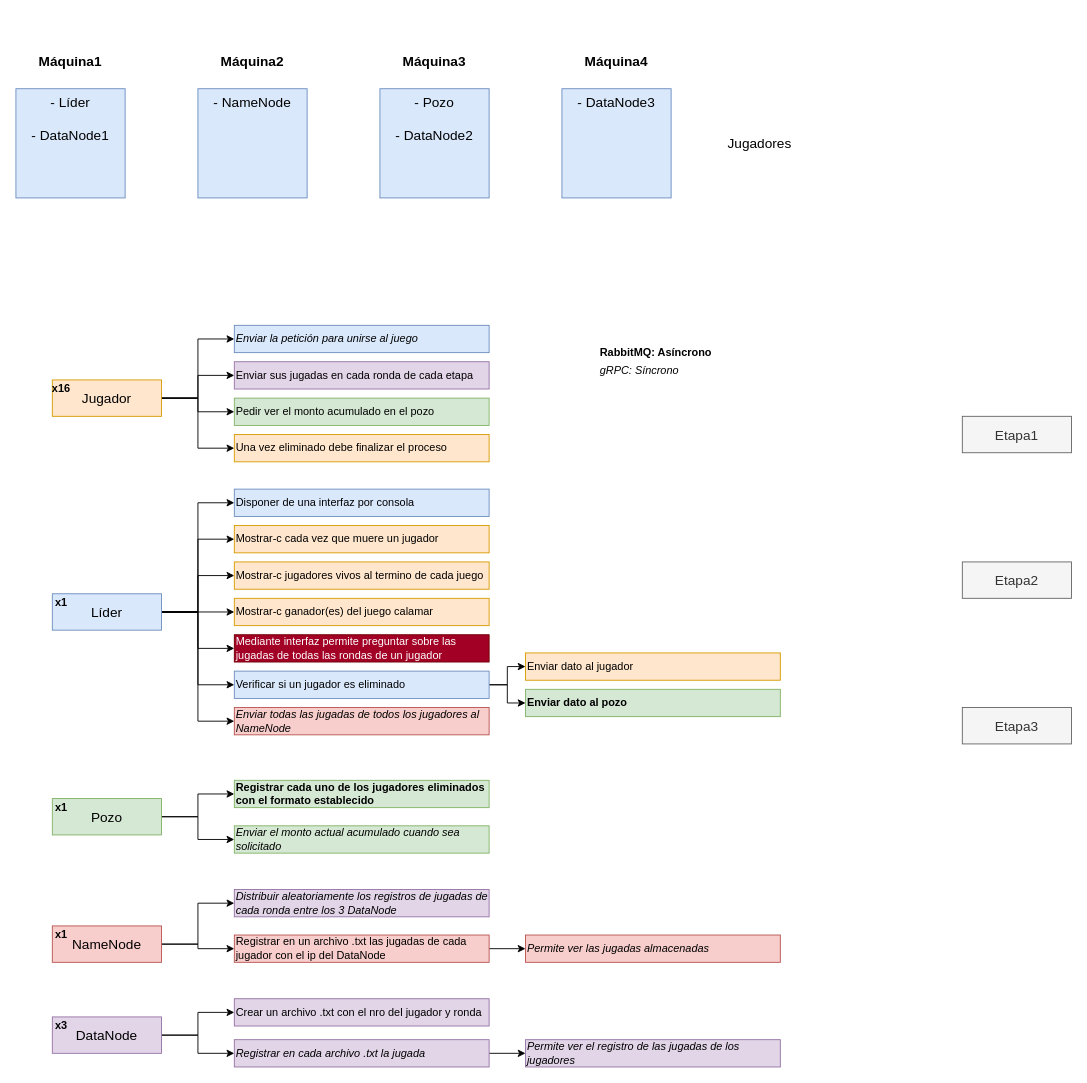
The draw.io diagram Tarea2.drawio in srlaggy/Lab2-Grupo42-INF343, before the edit. Source tidied: cells renumbered, new cells numbered last; positions are measured from the earlier drawing's top-left corner, leaving out a move shared by most shapes. Both pictures are drawn from the tidied source at 91%, with x=0, y=0 at pixel (15, 52).
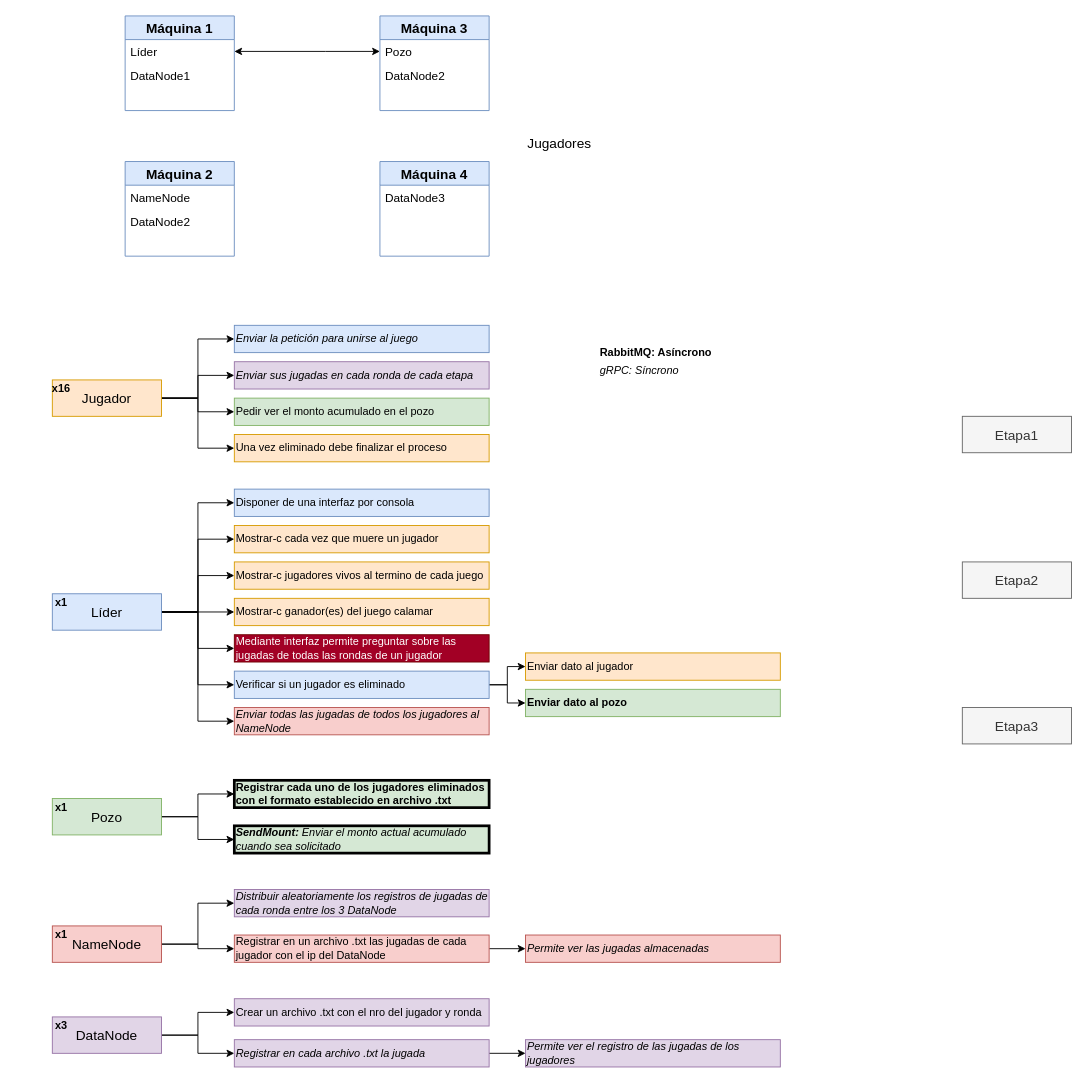
Above is the later version.

What changed in the source:
```diff
@@
-    <mxCell id="2" value="Máquina1" style="text;html=1;strokeColor=none;fillColor=none;align=center;verticalAlign=middle;whiteSpace=wrap;rounded=0;fontSize=15;fontStyle=1;" parent="1" vertex="1">
-      <mxGeometry x="20" width="80" height="20" as="geometry" />
-    </mxCell>
-    <mxCell id="3" value="Máquina2" style="text;html=1;strokeColor=none;fillColor=none;align=center;verticalAlign=middle;whiteSpace=wrap;rounded=0;fontSize=15;fontStyle=1;" parent="1" vertex="1">
-      <mxGeometry x="220" width="80" height="20" as="geometry" />
-    </mxCell>
-    <mxCell id="4" value="Máquina3" style="text;html=1;strokeColor=none;fillColor=none;align=center;verticalAlign=middle;whiteSpace=wrap;rounded=0;fontSize=15;fontStyle=1;" parent="1" vertex="1">
-      <mxGeometry x="420" width="80" height="20" as="geometry" />
-    </mxCell>
-    <mxCell id="5" value="Máquina4" style="text;html=1;strokeColor=none;fillColor=none;align=center;verticalAlign=middle;whiteSpace=wrap;rounded=0;fontSize=15;fontStyle=1;" parent="1" vertex="1">
-      <mxGeometry x="620" width="80" height="20" as="geometry" />
-    </mxCell>
-    <mxCell id="6" value="- Líder&lt;br&gt;&lt;br&gt;- DataNode1" style="rounded=0;whiteSpace=wrap;html=1;fontSize=15;fontStyle=0;fillColor=#dae8fc;strokeColor=#6c8ebf;verticalAlign=top;" parent="1" vertex="1">
-      <mxGeometry y="40" width="120" height="120" as="geometry" />
-    </mxCell>
-    <mxCell id="7" value="- NameNode" style="rounded=0;whiteSpace=wrap;html=1;fontSize=15;fontStyle=0;fillColor=#dae8fc;strokeColor=#6c8ebf;verticalAlign=top;" parent="1" vertex="1">
-      <mxGeometry x="200" y="40" width="120" height="120" as="geometry" />
-    </mxCell>
-    <mxCell id="8" value="- Pozo&lt;br&gt;&lt;br&gt;- DataNode2" style="rounded=0;whiteSpace=wrap;html=1;fontSize=15;fontStyle=0;fillColor=#dae8fc;strokeColor=#6c8ebf;verticalAlign=top;" parent="1" vertex="1">
-      <mxGeometry x="400" y="40" width="120" height="120" as="geometry" />
-    </mxCell>
-    <mxCell id="9" value="- DataNode3" style="rounded=0;whiteSpace=wrap;html=1;fontSize=15;fontStyle=0;fillColor=#dae8fc;strokeColor=#6c8ebf;verticalAlign=top;" parent="1" vertex="1">
-      <mxGeometry x="600" y="40" width="120" height="120" as="geometry" />
-    </mxCell>
     <mxCell id="10" value="Jugadores" style="text;html=1;strokeColor=none;fillColor=none;align=center;verticalAlign=middle;whiteSpace=wrap;rounded=0;fontSize=15;" parent="1" vertex="1">
-      <mxGeometry x="780" y="90" width="75" height="20" as="geometry" />
+      <mxGeometry x="560" y="90" width="75" height="20" as="geometry" />
     </mxCell>
@@
-    <mxCell id="39" value="Enviar sus jugadas en cada ronda de cada etapa" style="rounded=0;whiteSpace=wrap;html=1;fontSize=12;align=left;fillColor=#e1d5e7;strokeColor=#9673a6;" parent="1" vertex="1">
+    <mxCell id="39" value="Enviar sus jugadas en cada ronda de cada etapa" style="rounded=0;whiteSpace=wrap;html=1;fontSize=12;align=left;fillColor=#e1d5e7;strokeColor=#9673a6;fontStyle=2;" parent="1" vertex="1">
       <mxGeometry x="240" y="340" width="280" height="30" as="geometry" />
     </mxCell>
@@
-    <mxCell id="55" value="Registrar cada uno de los jugadores eliminados con el formato establecido" style="rounded=0;whiteSpace=wrap;html=1;fontSize=12;align=left;fontStyle=1;fillColor=#d5e8d4;strokeColor=#82b366;" parent="1" vertex="1">
+    <mxCell id="55" value="Registrar cada uno de los jugadores eliminados con el formato establecido en archivo .txt" style="rounded=0;whiteSpace=wrap;html=1;fontSize=12;align=left;fontStyle=1;fillColor=#d5e8d4;strokeColor=default;strokeWidth=3;" parent="1" vertex="1">
       <mxGeometry x="240" y="800" width="280" height="30" as="geometry" />
     </mxCell>
-    <mxCell id="56" value="Enviar el monto actual acumulado cuando sea solicitado" style="rounded=0;whiteSpace=wrap;html=1;fontSize=12;align=left;fontStyle=2;fillColor=#d5e8d4;strokeColor=#82b366;" parent="1" vertex="1">
+    <mxCell id="56" value="&lt;b&gt;SendMount:&lt;/b&gt;&amp;nbsp;Enviar el monto actual acumulado cuando sea solicitado" style="rounded=0;whiteSpace=wrap;html=1;fontSize=12;align=left;fontStyle=2;fillColor=#d5e8d4;strokeColor=default;strokeWidth=3;" parent="1" vertex="1">
       <mxGeometry x="240" y="850" width="280" height="30" as="geometry" />
     </mxCell>
@@
+    <mxCell id="68" value="Máquina 3" style="swimlane;fontStyle=1;horizontal=1;startSize=26;fillColor=#dae8fc;strokeColor=#6c8ebf;fontSize=15;" parent="1" vertex="1">
+      <mxGeometry x="400" y="-40" width="120" height="104" as="geometry" />
+    </mxCell>
+    <mxCell id="69" value="Pozo" style="text;strokeColor=none;fillColor=none;align=left;verticalAlign=top;spacingLeft=4;spacingRight=4;overflow=hidden;points=[[0,0.5],[1,0.5]];portConstraint=eastwest;fontSize=13;" parent="68" vertex="1">
+      <mxGeometry y="26" width="120" height="26" as="geometry" />
+    </mxCell>
+    <mxCell id="70" value="DataNode2" style="text;strokeColor=none;fillColor=none;align=left;verticalAlign=top;spacingLeft=4;spacingRight=4;overflow=hidden;fontSize=13;" parent="68" vertex="1">
+      <mxGeometry y="52" width="120" height="26" as="geometry" />
+    </mxCell>
+    <mxCell id="71" value=" " style="text;strokeColor=none;fillColor=none;align=left;verticalAlign=top;spacingLeft=4;spacingRight=4;overflow=hidden;" parent="68" vertex="1">
+      <mxGeometry y="78" width="120" height="26" as="geometry" />
+    </mxCell>
+    <mxCell id="72" value="Máquina 2" style="swimlane;fontStyle=1;horizontal=1;startSize=26;fillColor=#dae8fc;strokeColor=#6c8ebf;fontSize=15;" parent="1" vertex="1">
+      <mxGeometry x="120" y="120" width="120" height="104" as="geometry" />
+    </mxCell>
+    <mxCell id="73" value="NameNode" style="text;strokeColor=none;fillColor=none;align=left;verticalAlign=top;spacingLeft=4;spacingRight=4;overflow=hidden;fontSize=13;" parent="72" vertex="1">
+      <mxGeometry y="26" width="120" height="26" as="geometry" />
+    </mxCell>
+    <mxCell id="74" value="DataNode2" style="text;strokeColor=none;fillColor=none;align=left;verticalAlign=top;spacingLeft=4;spacingRight=4;overflow=hidden;fontSize=13;" parent="72" vertex="1">
+      <mxGeometry y="52" width="120" height="26" as="geometry" />
+    </mxCell>
+    <mxCell id="75" value=" " style="text;strokeColor=none;fillColor=none;align=left;verticalAlign=top;spacingLeft=4;spacingRight=4;overflow=hidden;" parent="72" vertex="1">
+      <mxGeometry y="78" width="120" height="26" as="geometry" />
+    </mxCell>
+    <mxCell id="76" value="Máquina 1" style="swimlane;fontStyle=1;horizontal=1;startSize=26;fillColor=#dae8fc;strokeColor=#6c8ebf;fontSize=15;" parent="1" vertex="1">
+      <mxGeometry x="120" y="-40" width="120" height="104" as="geometry" />
+    </mxCell>
+    <mxCell id="77" value="Líder" style="text;strokeColor=none;fillColor=none;align=left;verticalAlign=top;spacingLeft=4;spacingRight=4;overflow=hidden;points=[[0,0.5],[1,0.5]];portConstraint=eastwest;fontSize=13;" parent="76" vertex="1">
+      <mxGeometry y="26" width="120" height="26" as="geometry" />
+    </mxCell>
+    <mxCell id="78" value="DataNode1" style="text;strokeColor=none;fillColor=none;align=left;verticalAlign=top;spacingLeft=4;spacingRight=4;overflow=hidden;fontSize=13;" parent="76" vertex="1">
+      <mxGeometry y="52" width="120" height="26" as="geometry" />
+    </mxCell>
+    <mxCell id="79" value=" " style="text;strokeColor=none;fillColor=none;align=left;verticalAlign=top;spacingLeft=4;spacingRight=4;overflow=hidden;" parent="76" vertex="1">
+      <mxGeometry y="78" width="120" height="26" as="geometry" />
+    </mxCell>
+    <mxCell id="80" value="Máquina 4" style="swimlane;fontStyle=1;horizontal=1;startSize=26;fillColor=#dae8fc;strokeColor=#6c8ebf;fontSize=15;" parent="1" vertex="1">
+      <mxGeometry x="400" y="120" width="120" height="104" as="geometry" />
+    </mxCell>
+    <mxCell id="81" value="DataNode3" style="text;strokeColor=none;fillColor=none;align=left;verticalAlign=top;spacingLeft=4;spacingRight=4;overflow=hidden;fontSize=13;" parent="80" vertex="1">
+      <mxGeometry y="26" width="120" height="26" as="geometry" />
+    </mxCell>
+    <mxCell id="82" value=" " style="text;strokeColor=none;fillColor=none;align=left;verticalAlign=top;spacingLeft=4;spacingRight=4;overflow=hidden;" parent="80" vertex="1">
+      <mxGeometry y="52" width="120" height="26" as="geometry" />
+    </mxCell>
+    <mxCell id="83" value=" " style="text;strokeColor=none;fillColor=none;align=left;verticalAlign=top;spacingLeft=4;spacingRight=4;overflow=hidden;" parent="80" vertex="1">
+      <mxGeometry y="78" width="120" height="26" as="geometry" />
+    </mxCell>
+    <mxCell id="84" style="edgeStyle=orthogonalEdgeStyle;rounded=0;jettySize=auto;html=1;exitX=0;exitY=0.5;exitDx=0;exitDy=0;entryX=1;entryY=0.5;entryDx=0;entryDy=0;fontSize=15;startArrow=classic;startFill=1;" parent="1" edge="1" source="69" target="77">
+      <mxGeometry relative="1" as="geometry">
+        <Array as="points">
+          <mxPoint x="340" y="-1" />
+          <mxPoint x="340" y="-1" />
+        </Array>
+      </mxGeometry>
+    </mxCell>
```
